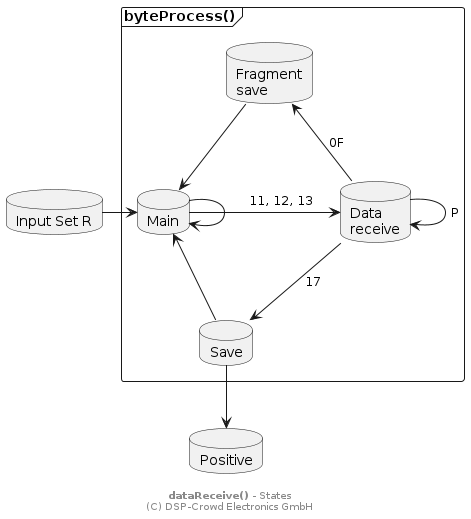
NoOrientationProgramming/code-orb keeps this PlantUML diagram as doc/system/byte-process_states_2.png. Above is the earlier version.
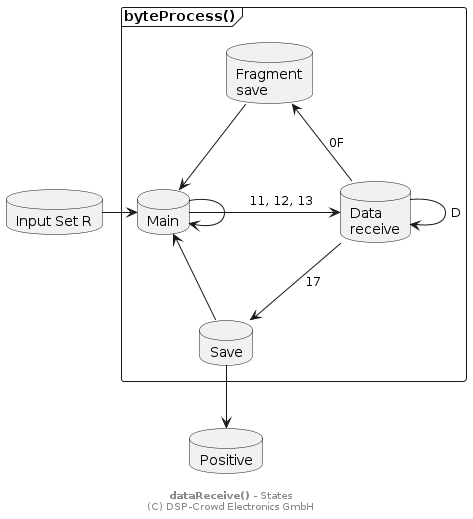
The same file after the commit.

What changed in the source:
```diff
@@ -24,7 +24,7 @@
 
 sMain <-- sSave
 sRcv --> sSave : 17
-sRcv --> sRcv : P
+sRcv --> sRcv : D
 
 sSave --> sPos
 
```
